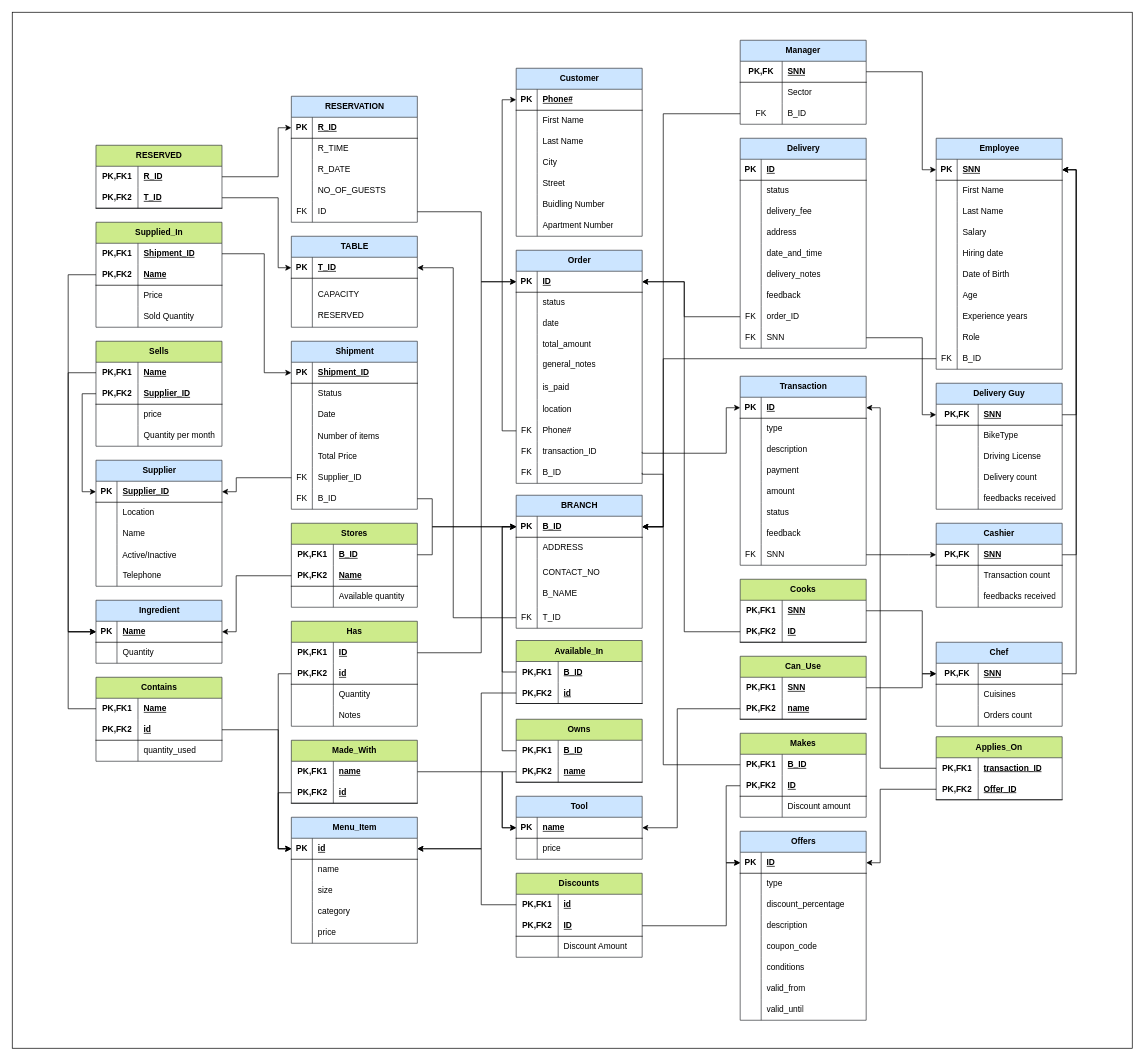
Deadreyo/Restaurant-Franchise-SQL-Database keeps this draw.io diagram as relational_model.drawio. Above is the earlier version. Source tidied: cells renumbered, new cells numbered last; positions are measured from the earlier drawing's top-left corner, leaving out a move shared by most shapes. Both pictures are drawn from the tidied source at 70%, with x=0, y=0 at pixel (12, 12).
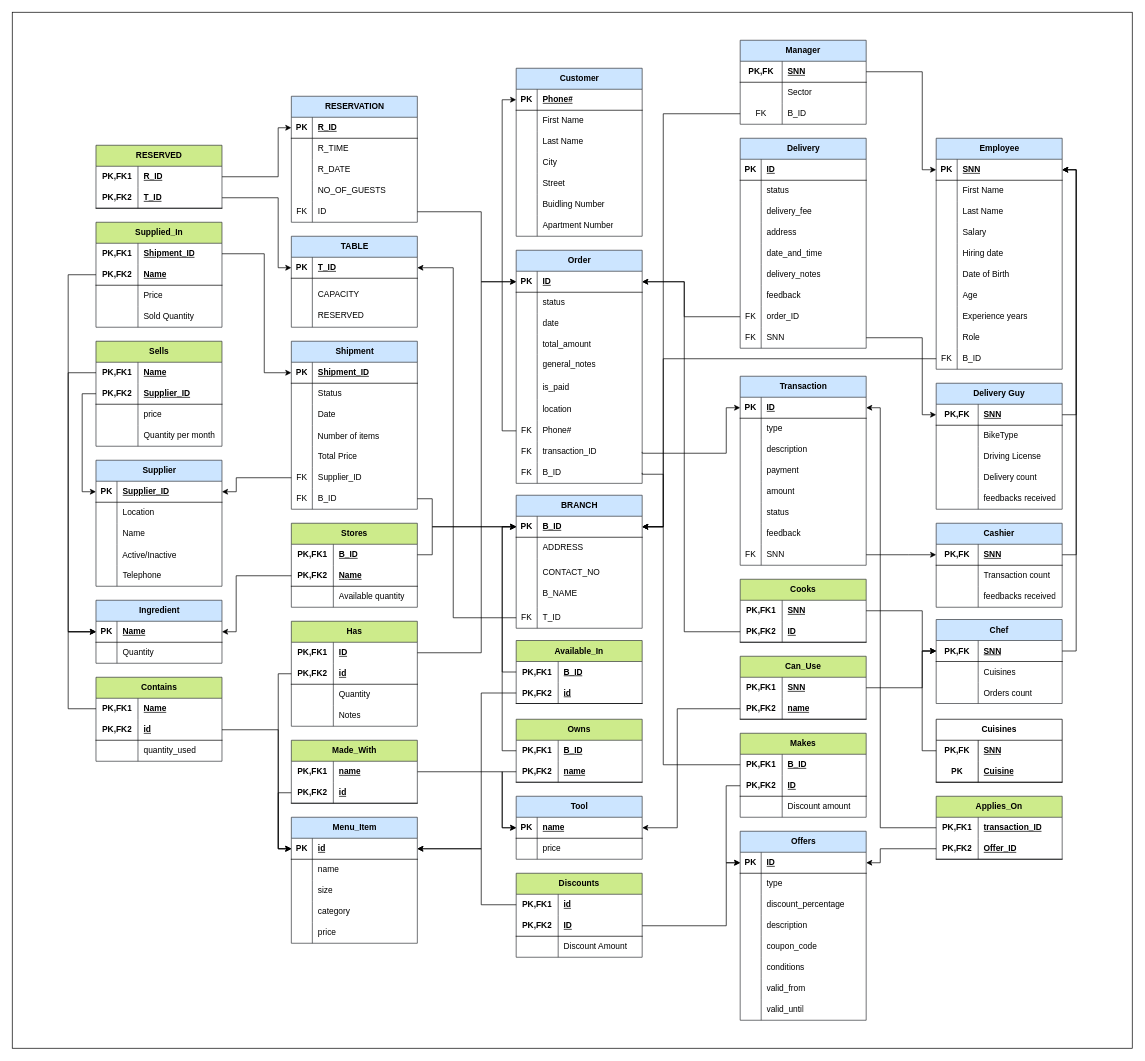
After the change.

Commit message:
add cuisine table

The change refers to these unchanged cells:
```xml
<mxCell id="4" style="shape=tableRow;horizontal=0;startSize=0;swimlaneHead=0;swimlaneBody=0;fillColor=none;points=[[0,0.5],[1,0.5]];portConstraint=eastwest;top=0;left=0;right=0;bottom=0;html=1;" parent="3" vertex="1">
  <mxGeometry y="30" width="180" height="30" as="geometry" />
</mxCell>
<mxCell id="7" style="shape=tableRow;horizontal=0;startSize=0;swimlaneHead=0;swimlaneBody=0;fillColor=none;points=[[0,0.5],[1,0.5]];portConstraint=eastwest;top=0;left=0;right=0;bottom=1;html=1;" parent="3" vertex="1">
  <mxGeometry y="60" width="180" height="30" as="geometry" />
</mxCell>
<mxCell id="259" style="shape=tableRow;horizontal=0;startSize=0;swimlaneHead=0;swimlaneBody=0;fillColor=none;points=[[0,0.5],[1,0.5]];portConstraint=eastwest;top=0;left=0;right=0;bottom=1;" parent="258" vertex="1">
  <mxGeometry y="30" width="180" height="30" as="geometry" />
</mxCell>
<mxCell id="312" style="shape=tableRow;horizontal=0;startSize=0;swimlaneHead=0;swimlaneBody=0;fillColor=none;points=[[0,0.5],[1,0.5]];portConstraint=eastwest;top=0;left=0;right=0;bottom=1;" parent="311" vertex="1">
  <mxGeometry y="30" width="180" height="30" as="geometry" />
</mxCell>
<mxCell id="400" style="shape=tableRow;horizontal=0;startSize=0;swimlaneHead=0;swimlaneBody=0;fillColor=none;points=[[0,0.5],[1,0.5]];portConstraint=eastwest;top=0;left=0;right=0;bottom=0;html=1;" parent="399" vertex="1">
  <mxGeometry y="30" width="180" height="30" as="geometry" />
</mxCell>
<mxCell id="407" style="shape=tableRow;horizontal=0;startSize=0;swimlaneHead=0;swimlaneBody=0;fillColor=none;points=[[0,0.5],[1,0.5]];portConstraint=eastwest;top=0;left=0;right=0;bottom=0;html=1;" parent="406" vertex="1">
  <mxGeometry y="30" width="180" height="30" as="geometry" />
</mxCell>
<mxCell id="424" style="shape=tableRow;horizontal=0;startSize=0;swimlaneHead=0;swimlaneBody=0;fillColor=none;points=[[0,0.5],[1,0.5]];portConstraint=eastwest;top=0;left=0;right=0;bottom=1;html=1;" parent="423" vertex="1">
  <mxGeometry y="30" width="180" height="30" as="geometry" />
</mxCell>
```

Diff of the diagram source:
```diff
@@
     <mxCell id="3" value="Applies_On" style="shape=table;startSize=30;childLayout=tableLayout;rowLines=0;fontStyle=1;align=center;html=1;whiteSpace=wrap;fillColor=#cdeb8b;strokeColor=#36393d;" parent="1" vertex="1">
-      <mxGeometry x="1319.9" y="1035" width="180" height="90" as="geometry" />
+      <mxGeometry x="1319.9" y="1120" width="180" height="90" as="geometry" />
     </mxCell>
@@
     <mxCell id="10" style="edgeStyle=orthogonalEdgeStyle;rounded=0;jettySize=auto;html=1;entryX=1;entryY=0.5;entryDx=0;entryDy=0;exitX=0;exitY=0.5;exitDx=0;exitDy=0;" parent="1" edge="1" source="4" target="312">
       <mxGeometry relative="1" as="geometry">
         <Array as="points">
-          <mxPoint x="1239.9" y="1080" />
-          <mxPoint x="1239.9" y="565" />
+          <mxPoint x="1240" y="1165" />
+          <mxPoint x="1240" y="565" />
         </Array>
       </mxGeometry>
     </mxCell>
     <mxCell id="11" style="edgeStyle=orthogonalEdgeStyle;rounded=0;jettySize=auto;html=1;entryX=1;entryY=0.5;entryDx=0;entryDy=0;exitX=0;exitY=0.5;exitDx=0;exitDy=0;" parent="1" edge="1" source="7" target="259">
       <mxGeometry relative="1" as="geometry">
         <Array as="points">
-          <mxPoint x="1239.9" y="1110" />
-          <mxPoint x="1239.9" y="1215" />
+          <mxPoint x="1240" y="1195" />
+          <mxPoint x="1240" y="1215" />
         </Array>
       </mxGeometry>
     </mxCell>
@@
     <mxCell id="423" value="Chef" style="shape=table;startSize=30;childLayout=tableLayout;rowLines=0;fontStyle=1;align=center;html=1;whiteSpace=wrap;fillColor=#cce5ff;strokeColor=#36393d;" parent="1" vertex="1">
-      <mxGeometry x="1319.9" y="900" width="180" height="120" as="geometry" />
+      <mxGeometry x="1319.9" y="867.5" width="180" height="120" as="geometry" />
     </mxCell>
@@
     <mxCell id="472" style="edgeStyle=orthogonalEdgeStyle;rounded=0;jettySize=auto;html=1;exitX=1;exitY=0.5;exitDx=0;exitDy=0;entryX=0;entryY=0.5;entryDx=0;entryDy=0;" parent="1" edge="1" source="400" target="424">
       <mxGeometry relative="1" as="geometry">
         <Array as="points">
           <mxPoint x="1300" y="855" />
-          <mxPoint x="1300" y="945" />
+          <mxPoint x="1300" y="913" />
+          <mxPoint x="1320" y="913" />
         </Array>
       </mxGeometry>
     </mxCell>
     <mxCell id="473" style="edgeStyle=orthogonalEdgeStyle;rounded=0;jettySize=auto;html=1;exitX=1;exitY=0.5;exitDx=0;exitDy=0;entryX=0;entryY=0.5;entryDx=0;entryDy=0;" parent="1" edge="1" source="407" target="424">
       <mxGeometry relative="1" as="geometry">
         <Array as="points">
           <mxPoint x="1300" y="965" />
-          <mxPoint x="1300" y="945" />
+          <mxPoint x="1300" y="913" />
+          <mxPoint x="1320" y="913" />
         </Array>
       </mxGeometry>
     </mxCell>
@@
+    <mxCell id="487" value="Cuisines" style="shape=table;startSize=30;childLayout=tableLayout;rowLines=0;fontStyle=1;align=center;html=1;whiteSpace=wrap;" parent="1" vertex="1">
+      <mxGeometry x="1319.9" y="1010" width="180" height="90" as="geometry" />
+    </mxCell>
+    <mxCell id="488" style="shape=tableRow;horizontal=0;startSize=0;swimlaneHead=0;swimlaneBody=0;fillColor=none;points=[[0,0.5],[1,0.5]];portConstraint=eastwest;top=0;left=0;right=0;bottom=0;html=1;" parent="487" vertex="1">
+      <mxGeometry y="30" width="180" height="30" as="geometry" />
+    </mxCell>
+    <mxCell id="489" value="PK,FK" style="shape=partialRectangle;fillColor=none;top=0;left=0;bottom=0;right=0;fontStyle=1;overflow=hidden;html=1;whiteSpace=wrap;" parent="488" vertex="1">
+      <mxGeometry width="60" height="30" as="geometry" />
+    </mxCell>
+    <mxCell id="490" value="SNN" style="shape=partialRectangle;fillColor=none;top=0;left=0;bottom=0;right=0;align=left;spacingLeft=6;fontStyle=5;overflow=hidden;html=1;whiteSpace=wrap;" parent="488" vertex="1">
+      <mxGeometry x="60" width="120" height="30" as="geometry" />
+    </mxCell>
+    <mxCell id="491" style="shape=tableRow;horizontal=0;startSize=0;swimlaneHead=0;swimlaneBody=0;fillColor=none;top=0;left=0;right=0;bottom=1;html=1;" parent="487" vertex="1">
+      <mxGeometry y="60" width="180" height="30" as="geometry" />
+    </mxCell>
+    <mxCell id="492" value="PK" style="shape=partialRectangle;fillColor=none;top=0;left=0;bottom=0;right=0;fontStyle=1;overflow=hidden;html=1;whiteSpace=wrap;" parent="491" vertex="1">
+      <mxGeometry width="60" height="30" as="geometry" />
+    </mxCell>
+    <mxCell id="493" value="Cuisine" style="shape=partialRectangle;fillColor=none;top=0;left=0;bottom=0;right=0;align=left;spacingLeft=6;fontStyle=5;overflow=hidden;html=1;whiteSpace=wrap;" parent="491" vertex="1">
+      <mxGeometry x="60" width="120" height="30" as="geometry" />
+    </mxCell>
+    <mxCell id="494" style="edgeStyle=orthogonalEdgeStyle;rounded=0;jettySize=auto;html=1;exitX=0;exitY=0.5;exitDx=0;exitDy=0;entryX=0;entryY=0.5;entryDx=0;entryDy=0;" parent="1" edge="1" source="488" target="424">
+      <mxGeometry relative="1" as="geometry" />
+    </mxCell>
```
